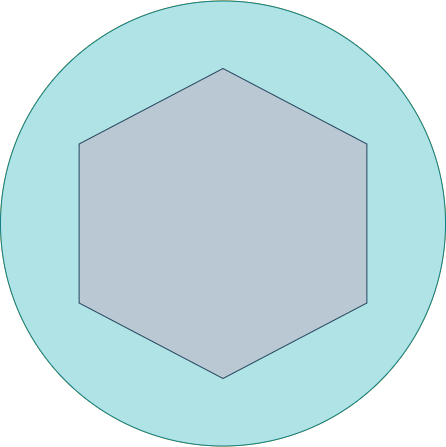
The draw.io diagram pic/六边形架构.drawio.png in guxdong/imgrepo, before a commit. Source tidied: cells renumbered, new cells last; positions are measured from the earlier drawing's top-left corner, leaving out a move shared by most shapes.
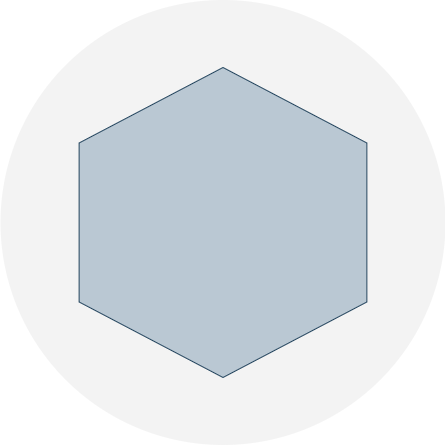
The same file after the commit.

Commit message:
更新六边形架构.drawio.png

The edit, as a diff of the source:
```diff
@@ -2,10 +2,7 @@
   <root>
     <mxCell id="0" />
     <mxCell id="1" parent="0" />
-    <mxCell id="2" style="ellipse;whiteSpace=wrap;html=1;fillColor=#ffe6cc;strokeColor=#d79b00;" parent="1" vertex="1">
-      <mxGeometry y="0.5" width="445" height="445" as="geometry" />
-    </mxCell>
-    <mxCell id="3" style="ellipse;whiteSpace=wrap;html=1;fillColor=#b0e3e6;strokeColor=#0e8088;" parent="1" vertex="1">
+    <mxCell id="3" style="ellipse;whiteSpace=wrap;html=1;fillColor=#eeeeee;strokeColor=none;dashed=1;dashPattern=1 4;opacity=70;" parent="1" vertex="1">
       <mxGeometry y="0.5" width="445" height="445" as="geometry" />
     </mxCell>
     <mxCell id="4" style="shape=hexagon;perimeter=hexagonPerimeter2;whiteSpace=wrap;html=1;fixedSize=1;size=75.5;rotation=90;fillColor=#bac8d3;strokeColor=#23445d;" parent="1" vertex="1">
```
